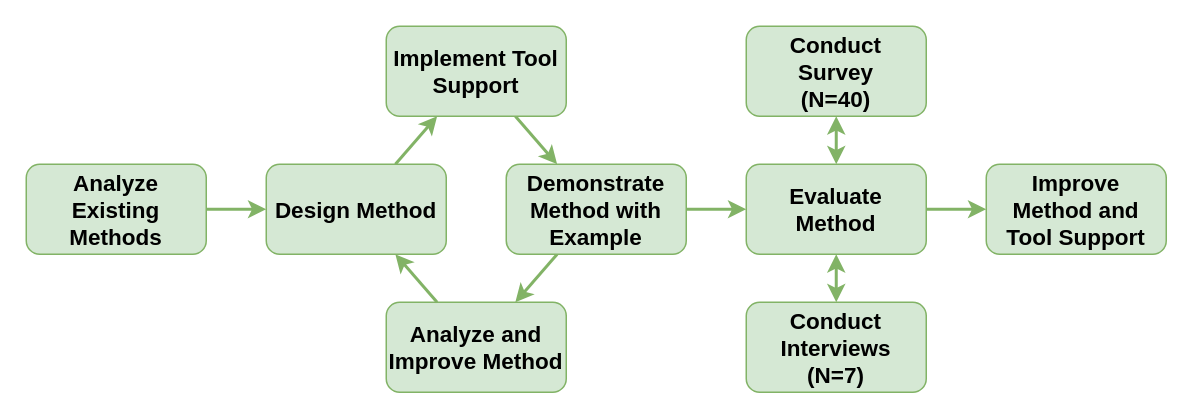
xJREB/ms-scenario-evaluation keeps this draw.io diagram as _docs/method/img/research-process.drawio. Above is the earlier version. Source tidied: cells renumbered, new cells numbered last; positions are measured from the earlier drawing's top-left corner, leaving out a move shared by most shapes. Both pictures are drawn from the tidied source at 150%, with x=0, y=0 at pixel (26, 26).
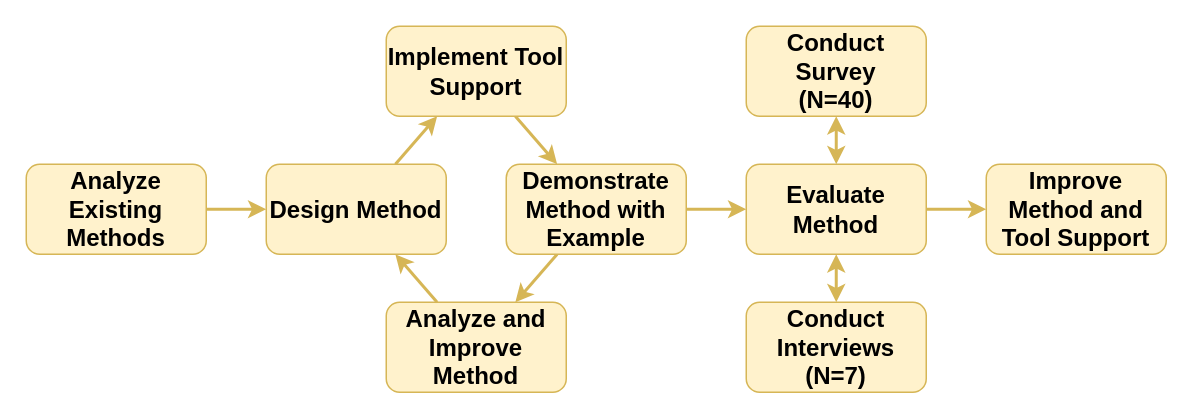
The same diagram, later.

Diff of the diagram source:
```diff
@@
 <mxGraphModel>
   <root>
     <mxCell id="0" />
     <mxCell id="1" parent="0" />
-    <mxCell id="2" style="edgeStyle=orthogonalEdgeStyle;rounded=0;jettySize=auto;html=1;fontSize=15;endSize=6;startSize=6;jumpSize=6;strokeWidth=2;fillColor=#d5e8d4;strokeColor=#82b366;" parent="1" edge="1" source="3" target="5">
+    <mxCell id="2" style="edgeStyle=orthogonalEdgeStyle;rounded=0;jettySize=auto;html=1;fontSize=16;endSize=6;startSize=6;jumpSize=6;strokeWidth=2;fillColor=#fff2cc;strokeColor=#d6b656;" parent="1" edge="1" source="3" target="5">
       <mxGeometry relative="1" as="geometry" />
     </mxCell>
-    <mxCell id="3" value="Analyze Existing Methods" style="rounded=1;whiteSpace=wrap;html=1;fillColor=#d5e8d4;strokeColor=#82b366;fontStyle=1;fontSize=15;" parent="1" vertex="1">
+    <mxCell id="3" value="Analyze Existing Methods" style="rounded=1;whiteSpace=wrap;html=1;fillColor=#fff2cc;strokeColor=#d6b656;fontStyle=1;fontSize=16;" parent="1" vertex="1">
       <mxGeometry y="92" width="120" height="60" as="geometry" />
     </mxCell>
-    <mxCell id="4" style="rounded=0;jettySize=auto;html=1;fontSize=15;endSize=6;startSize=6;jumpSize=6;strokeWidth=2;fillColor=#d5e8d4;strokeColor=#82b366;" parent="1" edge="1" source="5" target="7">
+    <mxCell id="4" style="rounded=0;jettySize=auto;html=1;fontSize=16;endSize=6;startSize=6;jumpSize=6;strokeWidth=2;fillColor=#fff2cc;strokeColor=#d6b656;" parent="1" edge="1" source="5" target="7">
       <mxGeometry relative="1" as="geometry" />
     </mxCell>
-    <mxCell id="5" value="Design Method" style="rounded=1;whiteSpace=wrap;html=1;fillColor=#d5e8d4;strokeColor=#82b366;fontStyle=1;fontSize=15;" parent="1" vertex="1">
+    <mxCell id="5" value="Design Method" style="rounded=1;whiteSpace=wrap;html=1;fillColor=#fff2cc;strokeColor=#d6b656;fontStyle=1;fontSize=16;" parent="1" vertex="1">
       <mxGeometry x="160" y="92" width="120" height="60" as="geometry" />
     </mxCell>
-    <mxCell id="6" style="rounded=0;jettySize=auto;html=1;fontSize=15;endSize=6;startSize=6;jumpSize=6;strokeWidth=2;fillColor=#d5e8d4;strokeColor=#82b366;" parent="1" edge="1" source="7" target="10">
+    <mxCell id="6" style="rounded=0;jettySize=auto;html=1;fontSize=16;endSize=6;startSize=6;jumpSize=6;strokeWidth=2;fillColor=#fff2cc;strokeColor=#d6b656;" parent="1" edge="1" source="7" target="10">
       <mxGeometry relative="1" as="geometry" />
     </mxCell>
-    <mxCell id="7" value="Implement Tool Support" style="rounded=1;whiteSpace=wrap;html=1;fillColor=#d5e8d4;strokeColor=#82b366;fontStyle=1;fontSize=15;" parent="1" vertex="1">
+    <mxCell id="7" value="Implement Tool Support" style="rounded=1;whiteSpace=wrap;html=1;fillColor=#fff2cc;strokeColor=#d6b656;fontStyle=1;fontSize=16;" parent="1" vertex="1">
       <mxGeometry x="240" width="120" height="60" as="geometry" />
     </mxCell>
-    <mxCell id="8" style="rounded=0;jettySize=auto;html=1;fontSize=15;endSize=6;startSize=6;jumpSize=6;strokeWidth=2;fillColor=#d5e8d4;strokeColor=#82b366;" parent="1" edge="1" source="10" target="18">
+    <mxCell id="8" style="rounded=0;jettySize=auto;html=1;fontSize=16;endSize=6;startSize=6;jumpSize=6;strokeWidth=2;fillColor=#fff2cc;strokeColor=#d6b656;" parent="1" edge="1" source="10" target="18">
       <mxGeometry relative="1" as="geometry" />
     </mxCell>
-    <mxCell id="9" style="edgeStyle=none;rounded=0;jettySize=auto;html=1;fontSize=15;endSize=6;startSize=6;jumpSize=6;strokeWidth=2;fillColor=#d5e8d4;strokeColor=#82b366;" parent="1" edge="1" source="10" target="14">
+    <mxCell id="9" style="edgeStyle=none;rounded=0;jettySize=auto;html=1;fontSize=16;endSize=6;startSize=6;jumpSize=6;strokeWidth=2;fillColor=#fff2cc;strokeColor=#d6b656;" parent="1" edge="1" source="10" target="14">
       <mxGeometry relative="1" as="geometry" />
     </mxCell>
-    <mxCell id="10" value="Demonstrate Method with Example" style="rounded=1;whiteSpace=wrap;html=1;fillColor=#d5e8d4;strokeColor=#82b366;fontStyle=1;fontSize=15;" parent="1" vertex="1">
+    <mxCell id="10" value="Demonstrate Method with Example" style="rounded=1;whiteSpace=wrap;html=1;fillColor=#fff2cc;strokeColor=#d6b656;fontStyle=1;fontSize=16;" parent="1" vertex="1">
       <mxGeometry x="320" y="92" width="120" height="60" as="geometry" />
     </mxCell>
-    <mxCell id="11" style="edgeStyle=none;rounded=0;jettySize=auto;html=1;fontSize=15;endSize=6;startSize=6;jumpSize=6;strokeWidth=2;fillColor=#d5e8d4;strokeColor=#82b366;" parent="1" edge="1" source="14" target="17">
+    <mxCell id="11" style="edgeStyle=none;rounded=0;jettySize=auto;html=1;fontSize=16;endSize=6;startSize=6;jumpSize=6;strokeWidth=2;fillColor=#fff2cc;strokeColor=#d6b656;" parent="1" edge="1" source="14" target="17">
       <mxGeometry relative="1" as="geometry" />
     </mxCell>
-    <mxCell id="12" style="edgeStyle=none;rounded=0;jettySize=auto;html=1;fontSize=15;startArrow=classic;startFill=1;endSize=6;startSize=6;jumpSize=6;strokeWidth=2;fillColor=#d5e8d4;strokeColor=#82b366;" parent="1" edge="1" source="14" target="16">
+    <mxCell id="12" style="edgeStyle=none;rounded=0;jettySize=auto;html=1;fontSize=16;startArrow=classic;startFill=1;endSize=6;startSize=6;jumpSize=6;strokeWidth=2;fillColor=#fff2cc;strokeColor=#d6b656;" parent="1" edge="1" source="14" target="16">
       <mxGeometry relative="1" as="geometry" />
     </mxCell>
-    <mxCell id="13" style="edgeStyle=none;rounded=0;jettySize=auto;html=1;fontSize=15;startArrow=classic;startFill=1;endSize=6;startSize=6;jumpSize=6;strokeWidth=2;fillColor=#d5e8d4;strokeColor=#82b366;" parent="1" edge="1" source="14" target="15">
+    <mxCell id="13" style="edgeStyle=none;rounded=0;jettySize=auto;html=1;fontSize=16;startArrow=classic;startFill=1;endSize=6;startSize=6;jumpSize=6;strokeWidth=2;fillColor=#fff2cc;strokeColor=#d6b656;" parent="1" edge="1" source="14" target="15">
       <mxGeometry relative="1" as="geometry" />
     </mxCell>
-    <mxCell id="14" value="Evaluate Method" style="rounded=1;whiteSpace=wrap;html=1;fillColor=#d5e8d4;strokeColor=#82b366;fontStyle=1;fontSize=15;" parent="1" vertex="1">
+    <mxCell id="14" value="Evaluate Method" style="rounded=1;whiteSpace=wrap;html=1;fillColor=#fff2cc;strokeColor=#d6b656;fontStyle=1;fontSize=16;" parent="1" vertex="1">
       <mxGeometry x="480" y="92" width="120" height="60" as="geometry" />
     </mxCell>
-    <mxCell id="15" value="Conduct Interviews&lt;br&gt;(N=7)" style="rounded=1;whiteSpace=wrap;html=1;fillColor=#d5e8d4;strokeColor=#82b366;fontStyle=1;fontSize=15;" parent="1" vertex="1">
+    <mxCell id="15" value="Conduct Interviews&lt;br style=&quot;font-size: 16px;&quot;&gt;(N=7)" style="rounded=1;whiteSpace=wrap;html=1;fillColor=#fff2cc;strokeColor=#d6b656;fontStyle=1;fontSize=16;" parent="1" vertex="1">
       <mxGeometry x="480" y="184" width="120" height="60" as="geometry" />
     </mxCell>
-    <mxCell id="16" value="Conduct&lt;br&gt;Survey&lt;br&gt;(N=40)" style="rounded=1;whiteSpace=wrap;html=1;fillColor=#d5e8d4;strokeColor=#82b366;fontStyle=1;fontSize=15;" parent="1" vertex="1">
+    <mxCell id="16" value="Conduct&lt;br style=&quot;font-size: 16px;&quot;&gt;Survey&lt;br style=&quot;font-size: 16px;&quot;&gt;(N=40)" style="rounded=1;whiteSpace=wrap;html=1;fillColor=#fff2cc;strokeColor=#d6b656;fontStyle=1;fontSize=16;" parent="1" vertex="1">
       <mxGeometry x="480" width="120" height="60" as="geometry" />
     </mxCell>
-    <mxCell id="17" value="Improve&lt;br&gt;Method and Tool Support" style="rounded=1;whiteSpace=wrap;html=1;fillColor=#d5e8d4;strokeColor=#82b366;fontStyle=1;fontSize=15;" parent="1" vertex="1">
+    <mxCell id="17" value="Improve&lt;br style=&quot;font-size: 16px;&quot;&gt;Method and Tool Support" style="rounded=1;whiteSpace=wrap;html=1;fillColor=#fff2cc;strokeColor=#d6b656;fontStyle=1;fontSize=16;" parent="1" vertex="1">
       <mxGeometry x="640" y="92" width="120" height="60" as="geometry" />
     </mxCell>
-    <mxCell id="18" value="Analyze and Improve Method" style="rounded=1;whiteSpace=wrap;html=1;fillColor=#d5e8d4;strokeColor=#82b366;fontStyle=1;fontSize=15;" parent="1" vertex="1">
+    <mxCell id="18" value="Analyze and Improve Method" style="rounded=1;whiteSpace=wrap;html=1;fillColor=#fff2cc;strokeColor=#d6b656;fontStyle=1;fontSize=16;" parent="1" vertex="1">
       <mxGeometry x="240" y="184" width="120" height="60" as="geometry" />
     </mxCell>
-    <mxCell id="19" style="rounded=0;jettySize=auto;html=1;fontSize=15;endSize=6;startSize=6;jumpSize=6;strokeWidth=2;fillColor=#d5e8d4;strokeColor=#82b366;" parent="1" edge="1" source="18" target="5">
+    <mxCell id="19" style="rounded=0;jettySize=auto;html=1;fontSize=16;endSize=6;startSize=6;jumpSize=6;strokeWidth=2;fillColor=#fff2cc;strokeColor=#d6b656;" parent="1" edge="1" source="18" target="5">
       <mxGeometry relative="1" as="geometry" />
     </mxCell>
   </root>
 </mxGraphModel>
```
